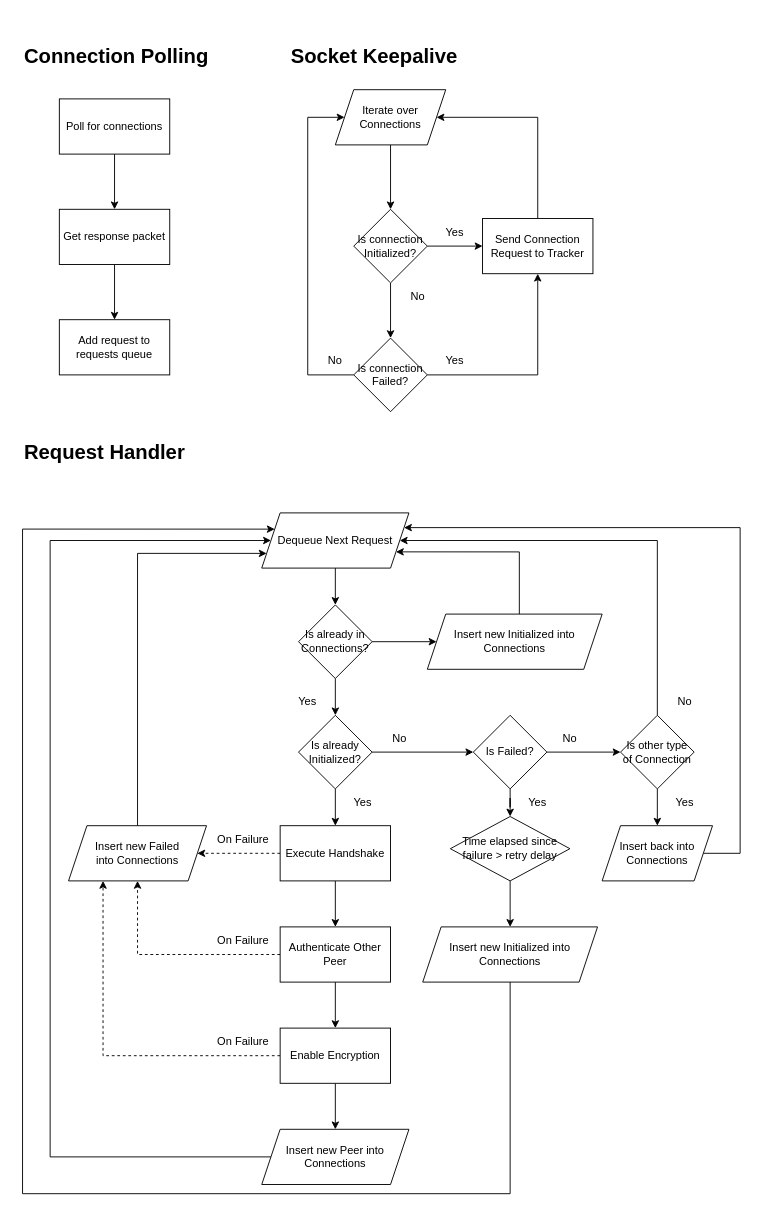
This is page "Connection Algorithm" (3 of 3) of Tracker-Link.drawio from Prototype-Aether/Prototype-Aether, a draw.io file, before an edit. Source tidied: cells renumbered, new cells numbered last; positions are measured from the earlier drawing's top-left corner, leaving out a move shared by most shapes. Both pictures are drawn from the tidied source at 92%, with x=0, y=0 at pixel (22, 43).
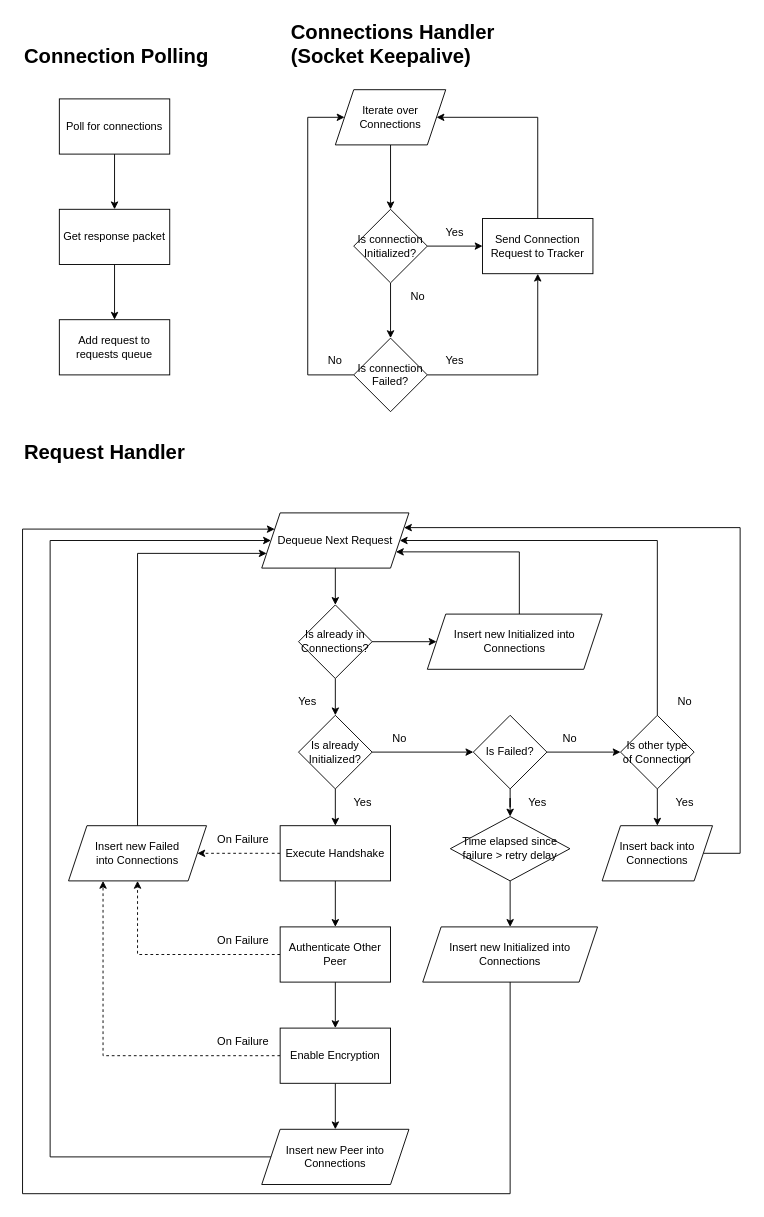
Above is the later version.

What changed in the source:
```diff
@@
-    <mxCell id="8" value="Socket Keepalive" style="text;html=1;strokeColor=none;fillColor=none;align=left;verticalAlign=middle;whiteSpace=wrap;rounded=0;fontStyle=1;fontSize=22;" parent="1" vertex="1">
-      <mxGeometry x="290" width="260" height="30" as="geometry" />
+    <mxCell id="8" value="Connections Handler (Socket Keepalive)" style="text;html=1;strokeColor=none;fillColor=none;align=left;verticalAlign=bottom;whiteSpace=wrap;rounded=0;fontStyle=1;fontSize=22;" parent="1" vertex="1">
+      <mxGeometry x="290" y="-30" width="260" height="60" as="geometry" />
     </mxCell>
```
